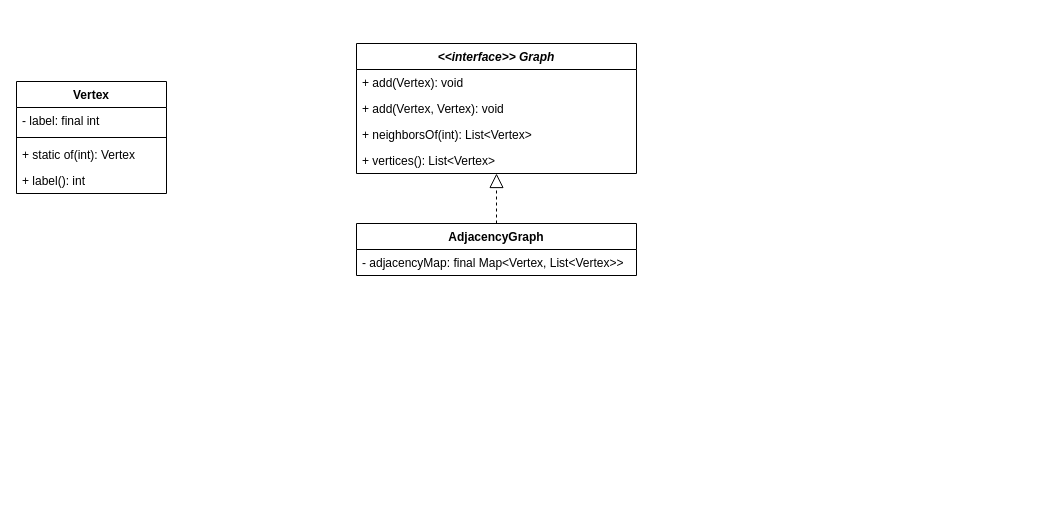
Before: docs/graph.drawio in mgmu/jraf, a draw.io diagram. Source tidied: cells renumbered, new cells numbered last; positions are measured from the earlier drawing's top-left corner, leaving out a move shared by most shapes. Both pictures are drawn from the tidied source at 100%, with x=0, y=0 at pixel (16, 43).
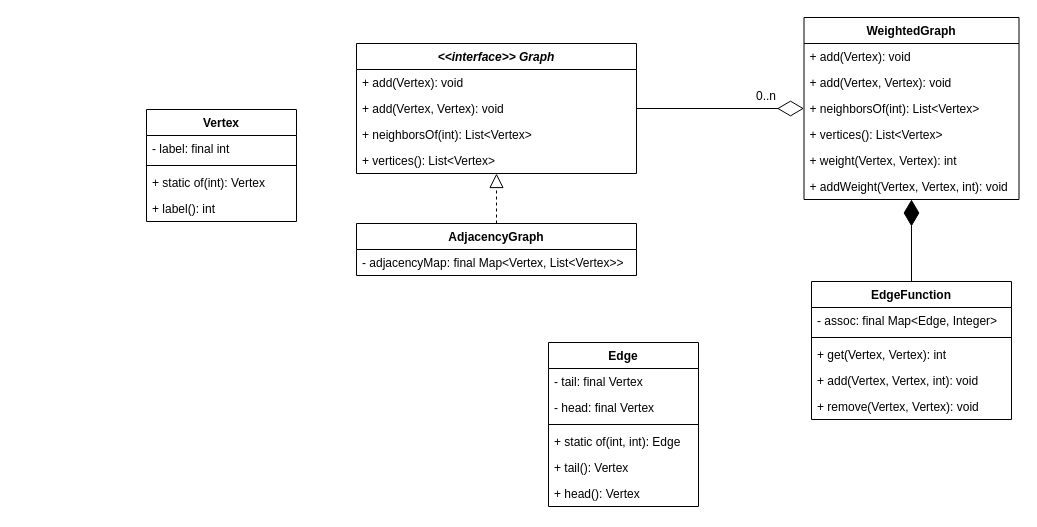
The same page after the edit.

Commit message (it also covers changes not shown here):
Implemented Edge, EdgeFunction and WeightedGraph types

The change refers to these unchanged cells:
```xml
<mxCell id="2" value="&lt;&lt;interface&gt;&gt; Graph" style="swimlane;fontStyle=3;align=center;verticalAlign=top;horizontal=1;startSize=26;" parent="1" vertex="1">
  <mxGeometry x="340" width="280" height="130" as="geometry" />
</mxCell>
```

Change to the diagram source:
```diff
@@
     <mxCell id="10" value="Vertex" style="swimlane;fontStyle=1;align=center;verticalAlign=top;horizontal=1;startSize=26;" parent="1" vertex="1">
-      <mxGeometry y="38" width="150" height="112" as="geometry" />
+      <mxGeometry x="130" y="66" width="150" height="112" as="geometry" />
     </mxCell>
@@
+    <mxCell id="15" value="EdgeFunction" style="swimlane;fontStyle=1;align=center;verticalAlign=top;horizontal=1;startSize=26;" parent="1" vertex="1">
+      <mxGeometry x="795" y="238" width="200" height="138" as="geometry" />
+    </mxCell>
+    <mxCell id="16" value="- assoc: final Map&lt;Edge, Integer&gt;" style="text;strokeColor=none;fillColor=none;align=left;verticalAlign=top;spacingLeft=4;spacingRight=4;overflow=hidden;" parent="15" vertex="1">
+      <mxGeometry y="26" width="200" height="26" as="geometry" />
+    </mxCell>
+    <mxCell id="17" style="line;strokeWidth=1;fillColor=none;align=left;verticalAlign=middle;spacingTop=-1;spacingLeft=3;spacingRight=3;labelPosition=right;strokeColor=inherit;" parent="15" vertex="1">
+      <mxGeometry y="52" width="200" height="8" as="geometry" />
+    </mxCell>
+    <mxCell id="18" value="+ get(Vertex, Vertex): int" style="text;strokeColor=none;fillColor=none;align=left;verticalAlign=top;spacingLeft=4;spacingRight=4;overflow=hidden;" parent="15" vertex="1">
+      <mxGeometry y="60" width="200" height="26" as="geometry" />
+    </mxCell>
+    <mxCell id="19" value="+ add(Vertex, Vertex, int): void" style="text;strokeColor=none;fillColor=none;align=left;verticalAlign=top;spacingLeft=4;spacingRight=4;overflow=hidden;" parent="15" vertex="1">
+      <mxGeometry y="86" width="200" height="26" as="geometry" />
+    </mxCell>
+    <mxCell id="20" value="+ remove(Vertex, Vertex): void" style="text;strokeColor=none;fillColor=none;align=left;verticalAlign=top;spacingLeft=4;spacingRight=4;overflow=hidden;" parent="15" vertex="1">
+      <mxGeometry y="112" width="200" height="26" as="geometry" />
+    </mxCell>
+    <mxCell id="21" value="WeightedGraph" style="swimlane;fontStyle=1;align=center;verticalAlign=top;horizontal=1;startSize=26;" parent="1" vertex="1">
+      <mxGeometry x="787.5" y="-26" width="215" height="182" as="geometry" />
+    </mxCell>
+    <mxCell id="22" value="+ add(Vertex): void" style="text;strokeColor=none;fillColor=none;align=left;verticalAlign=top;spacingLeft=4;spacingRight=4;overflow=hidden;" parent="21" vertex="1">
+      <mxGeometry y="26" width="215" height="26" as="geometry" />
+    </mxCell>
+    <mxCell id="23" value="+ add(Vertex, Vertex): void" style="text;strokeColor=none;fillColor=none;align=left;verticalAlign=top;spacingLeft=4;spacingRight=4;overflow=hidden;" parent="21" vertex="1">
+      <mxGeometry y="52" width="215" height="26" as="geometry" />
+    </mxCell>
+    <mxCell id="24" value="+ neighborsOf(int): List&lt;Vertex&gt;" style="text;strokeColor=none;fillColor=none;align=left;verticalAlign=top;spacingLeft=4;spacingRight=4;overflow=hidden;" parent="21" vertex="1">
+      <mxGeometry y="78" width="215" height="26" as="geometry" />
+    </mxCell>
+    <mxCell id="25" value="+ vertices(): List&lt;Vertex&gt;" style="text;strokeColor=none;fillColor=none;align=left;verticalAlign=top;spacingLeft=4;spacingRight=4;overflow=hidden;" parent="21" vertex="1">
+      <mxGeometry y="104" width="215" height="26" as="geometry" />
+    </mxCell>
+    <mxCell id="26" value="+ weight(Vertex, Vertex): int" style="text;strokeColor=none;fillColor=none;align=left;verticalAlign=top;spacingLeft=4;spacingRight=4;overflow=hidden;" parent="21" vertex="1">
+      <mxGeometry y="130" width="215" height="26" as="geometry" />
+    </mxCell>
+    <mxCell id="27" value="+ addWeight(Vertex, Vertex, int): void" style="text;strokeColor=none;fillColor=none;align=left;verticalAlign=top;spacingLeft=4;spacingRight=4;overflow=hidden;" parent="21" vertex="1">
+      <mxGeometry y="156" width="215" height="26" as="geometry" />
+    </mxCell>
+    <mxCell id="28" style="endArrow=diamondThin;endFill=0;endSize=24;html=1;rounded=0;" parent="1" edge="1" source="2" target="21">
+      <mxGeometry relative="1" as="geometry" />
+    </mxCell>
+    <mxCell id="29" value="0..n" style="text;html=1;strokeColor=none;fillColor=none;align=center;verticalAlign=middle;whiteSpace=wrap;rounded=0;" parent="1" vertex="1">
+      <mxGeometry x="720" y="37.5" width="60" height="30" as="geometry" />
+    </mxCell>
+    <mxCell id="30" style="endArrow=diamondThin;endFill=1;endSize=24;html=1;rounded=0;" parent="1" edge="1" source="15" target="21">
+      <mxGeometry relative="1" as="geometry" />
+    </mxCell>
+    <mxCell id="31" value="Edge" style="swimlane;fontStyle=1;align=center;verticalAlign=top;horizontal=1;startSize=26;" parent="1" vertex="1">
+      <mxGeometry x="532" y="299" width="150" height="164" as="geometry" />
+    </mxCell>
+    <mxCell id="32" value="- tail: final Vertex" style="text;strokeColor=none;fillColor=none;align=left;verticalAlign=top;spacingLeft=4;spacingRight=4;overflow=hidden;" parent="31" vertex="1">
+      <mxGeometry y="26" width="150" height="26" as="geometry" />
+    </mxCell>
+    <mxCell id="33" value="- head: final Vertex" style="text;strokeColor=none;fillColor=none;align=left;verticalAlign=top;spacingLeft=4;spacingRight=4;overflow=hidden;" parent="31" vertex="1">
+      <mxGeometry y="52" width="150" height="26" as="geometry" />
+    </mxCell>
+    <mxCell id="34" style="line;strokeWidth=1;fillColor=none;align=left;verticalAlign=middle;spacingTop=-1;spacingLeft=3;spacingRight=3;labelPosition=right;strokeColor=inherit;" parent="31" vertex="1">
+      <mxGeometry y="78" width="150" height="8" as="geometry" />
+    </mxCell>
+    <mxCell id="35" value="+ static of(int, int): Edge" style="text;strokeColor=none;fillColor=none;align=left;verticalAlign=top;spacingLeft=4;spacingRight=4;overflow=hidden;" parent="31" vertex="1">
+      <mxGeometry y="86" width="150" height="26" as="geometry" />
+    </mxCell>
+    <mxCell id="36" value="+ tail(): Vertex" style="text;strokeColor=none;fillColor=none;align=left;verticalAlign=top;spacingLeft=4;spacingRight=4;overflow=hidden;" parent="31" vertex="1">
+      <mxGeometry y="112" width="150" height="26" as="geometry" />
+    </mxCell>
+    <mxCell id="37" value="+ head(): Vertex" style="text;strokeColor=none;fillColor=none;align=left;verticalAlign=top;spacingLeft=4;spacingRight=4;overflow=hidden;" parent="31" vertex="1">
+      <mxGeometry y="138" width="150" height="26" as="geometry" />
+    </mxCell>
```
